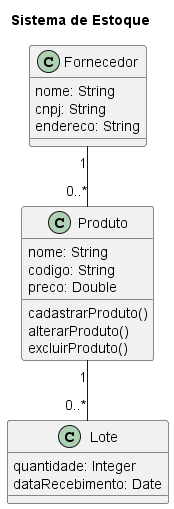
The PlantUML diagram atividade_diagrama_classes/sistema_estoque.png in luiz-david05/APS-2024.2, before a commit. Source of this version:
```plantuml
@startuml Sistema de Estoque
title Sistema de Estoque
class Produto {
    nome: String
    codigo: String
    preco: Double
    cadastrarProduto()
    alterarProduto()
    excluirProduto()
}

class Fornecedor {
    nome: String
    cnpj: String
    endereco: String
}

class Lote {
    quantidade: Integer
    dataRecebimento: Date
}

Produto "1" -- "0..*" Lote
Fornecedor "1" -- "0..*" Produto
@enduml
```
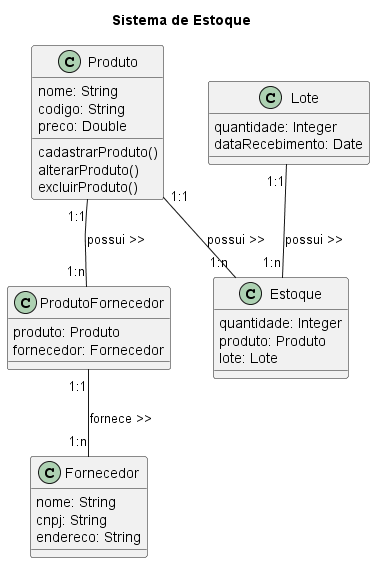
The same file after the commit.

Change to the diagram source:
```diff
@@ -20,6 +20,20 @@
     dataRecebimento: Date
 }
 
-Produto "1" -- "0..*" Lote
-Fornecedor "1" -- "0..*" Produto
+class Estoque {
+    quantidade: Integer
+    produto: Produto
+    lote: Lote
+}
+
+class ProdutoFornecedor {
+    produto: Produto
+    fornecedor: Fornecedor
+}
+
+Produto "1:1" -- "1:n" Estoque: possui >>
+Produto "1:1" -- "1:n" ProdutoFornecedor: possui >>
+ProdutoFornecedor "1:1" -- "1:n" Fornecedor: fornece >>
+Lote "1:1" -- "1:n" Estoque: possui >>
+
 @enduml
```
